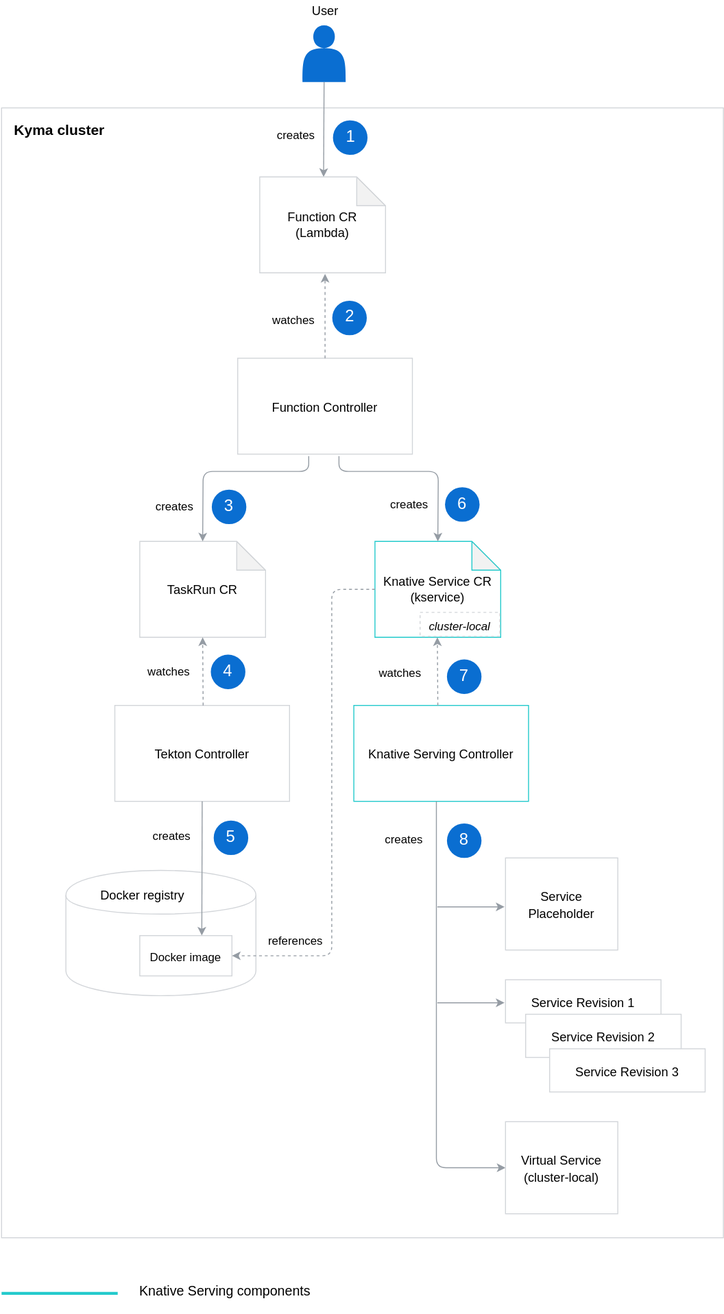
Earlier version of the draw.io export docs/serverless-v2/assets/serverless-v2-architecture.svg (kyma-project/kyma). Source tidied: cells renumbered, new cells last; positions are measured from the earlier drawing's top-left corner, leaving out a move shared by most shapes.
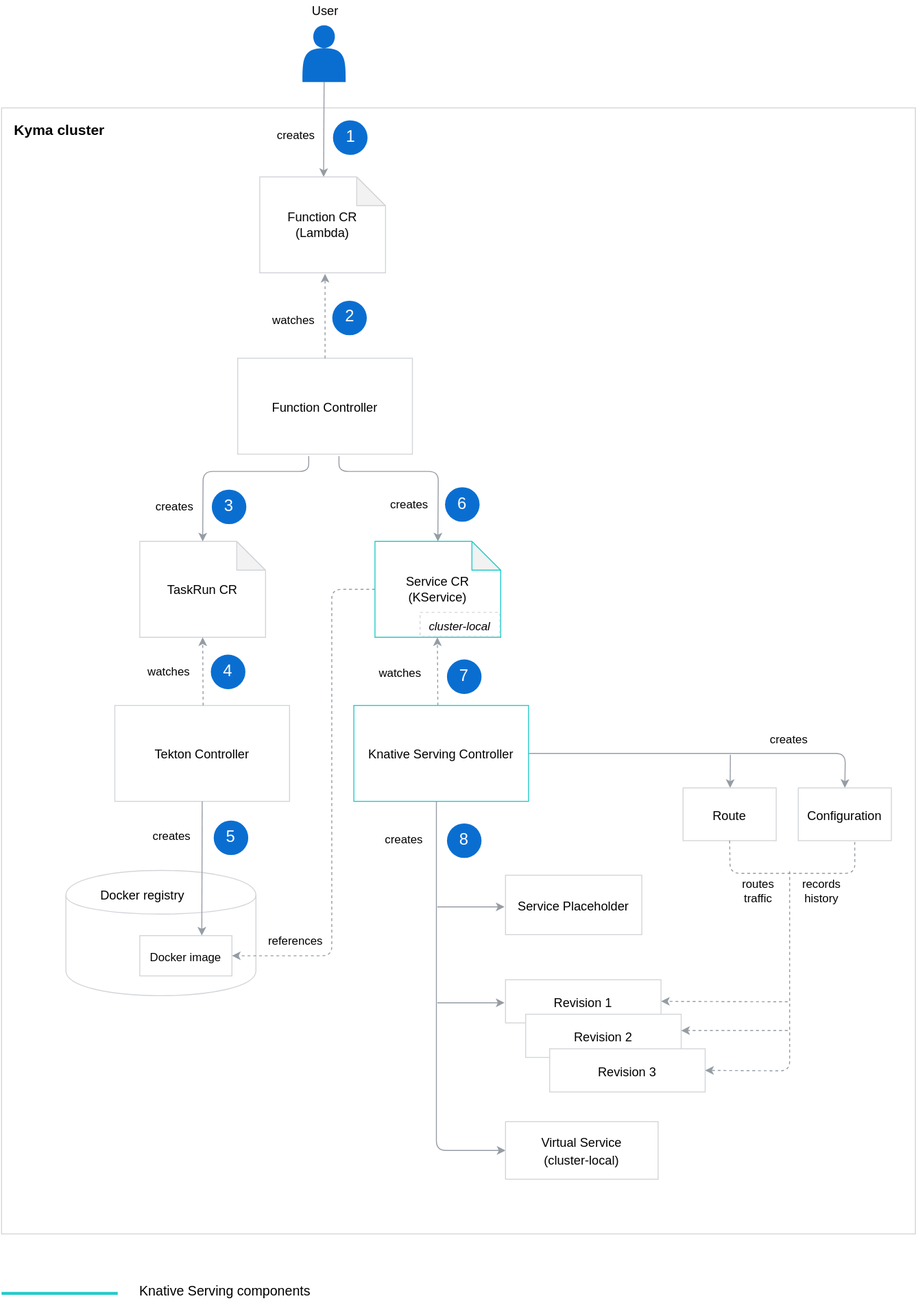
Later version of the same file.

Commit message:
Add changes in the architecture dagram

Change to the diagram source:
```diff
@@ -3,7 +3,7 @@
     <mxCell id="0" />
     <mxCell id="1" parent="0" />
     <mxCell id="2" value="&lt;font style=&quot;font-size: 13px&quot;&gt;&lt;br&gt;&lt;/font&gt;" style="rounded=0;whiteSpace=wrap;html=1;labelBackgroundColor=none;strokeColor=#D2D5D9;strokeWidth=1;fillColor=#FFFFFF;gradientColor=none;fontFamily=Helvetica;fontSize=15;fontColor=#000000;" parent="1" vertex="1">
-      <mxGeometry y="112" width="752" height="1178" as="geometry" />
+      <mxGeometry y="112" width="952" height="1174" as="geometry" />
     </mxCell>
     <mxCell id="3" value="&lt;font style=&quot;font-size: 15px&quot;&gt;&lt;b&gt;Kyma cluster&lt;/b&gt;&lt;/font&gt;" style="text;html=1;strokeColor=none;fillColor=none;align=center;verticalAlign=middle;whiteSpace=wrap;rounded=0;" parent="1" vertex="1">
       <mxGeometry x="9" y="119.5" width="103" height="30" as="geometry" />
@@ -39,7 +39,7 @@
     <mxCell id="12" value="&lt;font style=&quot;font-size: 13px&quot;&gt;TaskRun CR&lt;/font&gt;" style="shape=note;whiteSpace=wrap;html=1;backgroundOutline=1;darkOpacity=0.05;strokeColor=#D2D5D9;" parent="1" vertex="1">
       <mxGeometry x="144" y="564" width="131" height="100" as="geometry" />
     </mxCell>
-    <mxCell id="13" value="&lt;font style=&quot;font-size: 13px&quot;&gt;Knative Service CR&lt;br&gt;(kservice)&lt;/font&gt;" style="shape=note;whiteSpace=wrap;html=1;backgroundOutline=1;darkOpacity=0.05;strokeColor=#24CACC;" parent="1" vertex="1">
+    <mxCell id="13" value="&lt;font style=&quot;font-size: 13px&quot;&gt;Service CR&lt;br&gt;(KService)&lt;/font&gt;" style="shape=note;whiteSpace=wrap;html=1;backgroundOutline=1;darkOpacity=0.05;strokeColor=#24CACC;" parent="1" vertex="1">
       <mxGeometry x="389" y="564" width="131" height="100" as="geometry" />
     </mxCell>
     <mxCell id="14" style="endArrow=classic;html=1;strokeColor=#959CA4;strokeWidth=1;fontFamily=Helvetica;fontSize=15;fontColor=#000000;entryX=0.5;entryY=0;entryDx=0;entryDy=0;entryPerimeter=0;" parent="1" edge="1" target="12">
@@ -84,23 +84,23 @@
       <mxGeometry relative="1" as="geometry">
         <mxPoint x="453" y="835" as="sourcePoint" />
         <Array as="points">
-          <mxPoint x="453" y="1217" />
+          <mxPoint x="453" y="1199" />
         </Array>
       </mxGeometry>
     </mxCell>
     <mxCell id="24" value="&lt;font style=&quot;font-size: 13px&quot;&gt;Virtual Service&lt;br&gt;(cluster-local)&lt;br&gt;&lt;/font&gt;" style="rounded=0;whiteSpace=wrap;html=1;labelBackgroundColor=none;strokeColor=#D2D5D9;strokeWidth=1;fillColor=#FFFFFF;gradientColor=none;fontFamily=Helvetica;fontSize=15;fontColor=#000000;" parent="1" vertex="1">
-      <mxGeometry x="525" y="1169" width="117" height="96" as="geometry" />
+      <mxGeometry x="525" y="1169" width="159" height="60" as="geometry" />
     </mxCell>
     <mxCell id="25" value="&lt;font style=&quot;font-size: 13px&quot;&gt;Service Placeholder&lt;br&gt;&lt;/font&gt;" style="rounded=0;whiteSpace=wrap;html=1;labelBackgroundColor=none;strokeColor=#D2D5D9;strokeWidth=1;fillColor=#FFFFFF;gradientColor=none;fontFamily=Helvetica;fontSize=15;fontColor=#000000;" parent="1" vertex="1">
-      <mxGeometry x="525" y="894" width="117" height="96" as="geometry" />
+      <mxGeometry x="525" y="912" width="142" height="62" as="geometry" />
     </mxCell>
-    <mxCell id="26" value="&lt;font style=&quot;font-size: 13px&quot;&gt;Service Revision 1&lt;br&gt;&lt;/font&gt;" style="rounded=0;whiteSpace=wrap;html=1;labelBackgroundColor=none;strokeColor=#D2D5D9;strokeWidth=1;fillColor=#FFFFFF;gradientColor=none;fontFamily=Helvetica;fontSize=15;fontColor=#000000;" parent="1" vertex="1">
+    <mxCell id="26" value="&lt;font style=&quot;font-size: 13px&quot;&gt;Revision 1&lt;br&gt;&lt;/font&gt;" style="rounded=0;whiteSpace=wrap;html=1;labelBackgroundColor=none;strokeColor=#D2D5D9;strokeWidth=1;fillColor=#FFFFFF;gradientColor=none;fontFamily=Helvetica;fontSize=15;fontColor=#000000;" parent="1" vertex="1">
       <mxGeometry x="525" y="1021" width="162" height="45" as="geometry" />
     </mxCell>
-    <mxCell id="27" value="&lt;font style=&quot;font-size: 13px&quot;&gt;Service Revision 2&lt;br&gt;&lt;/font&gt;" style="rounded=0;whiteSpace=wrap;html=1;labelBackgroundColor=none;strokeColor=#D2D5D9;strokeWidth=1;fillColor=#FFFFFF;gradientColor=none;fontFamily=Helvetica;fontSize=15;fontColor=#000000;" parent="1" vertex="1">
+    <mxCell id="27" value="&lt;font style=&quot;font-size: 13px&quot;&gt;Revision 2&lt;br&gt;&lt;/font&gt;" style="rounded=0;whiteSpace=wrap;html=1;labelBackgroundColor=none;strokeColor=#D2D5D9;strokeWidth=1;fillColor=#FFFFFF;gradientColor=none;fontFamily=Helvetica;fontSize=15;fontColor=#000000;" parent="1" vertex="1">
       <mxGeometry x="546" y="1057" width="162" height="45" as="geometry" />
     </mxCell>
-    <mxCell id="28" value="&lt;font style=&quot;font-size: 13px&quot;&gt;Service Revision 3&lt;br&gt;&lt;/font&gt;" style="rounded=0;whiteSpace=wrap;html=1;labelBackgroundColor=none;strokeColor=#D2D5D9;strokeWidth=1;fillColor=#FFFFFF;gradientColor=none;fontFamily=Helvetica;fontSize=15;fontColor=#000000;" parent="1" vertex="1">
+    <mxCell id="28" value="&lt;font style=&quot;font-size: 13px&quot;&gt;Revision 3&lt;br&gt;&lt;/font&gt;" style="rounded=0;whiteSpace=wrap;html=1;labelBackgroundColor=none;strokeColor=#D2D5D9;strokeWidth=1;fillColor=#FFFFFF;gradientColor=none;fontFamily=Helvetica;fontSize=15;fontColor=#000000;" parent="1" vertex="1">
       <mxGeometry x="571" y="1093" width="162" height="45" as="geometry" />
     </mxCell>
     <mxCell id="29" style="endArrow=classic;html=1;strokeColor=#959CA4;strokeWidth=1;fontFamily=Helvetica;fontSize=15;fontColor=#000000;" parent="1" edge="1">
@@ -213,5 +213,60 @@
         </Array>
       </mxGeometry>
     </mxCell>
+    <mxCell id="59" value="&lt;font style=&quot;font-size: 13px&quot;&gt;Route&lt;br&gt;&lt;/font&gt;" style="rounded=0;whiteSpace=wrap;html=1;labelBackgroundColor=none;strokeColor=#D2D5D9;strokeWidth=1;fillColor=#FFFFFF;gradientColor=none;fontFamily=Helvetica;fontSize=15;fontColor=#000000;" parent="1" vertex="1">
+      <mxGeometry x="710" y="821" width="97" height="55" as="geometry" />
+    </mxCell>
+    <mxCell id="60" value="&lt;font style=&quot;font-size: 13px&quot;&gt;Configuration&lt;br&gt;&lt;/font&gt;" style="rounded=0;whiteSpace=wrap;html=1;labelBackgroundColor=none;strokeColor=#D2D5D9;strokeWidth=1;fillColor=#FFFFFF;gradientColor=none;fontFamily=Helvetica;fontSize=15;fontColor=#000000;" parent="1" vertex="1">
+      <mxGeometry x="830" y="821" width="97" height="55" as="geometry" />
+    </mxCell>
+    <mxCell id="61" style="endArrow=classic;html=1;strokeColor=#959CA4;strokeWidth=1;fontFamily=Helvetica;fontSize=15;fontColor=#000000;entryX=0.5;entryY=0;entryDx=0;entryDy=0;exitX=1;exitY=0.5;exitDx=0;exitDy=0;" parent="1" edge="1" source="19" target="60">
+      <mxGeometry relative="1" as="geometry">
+        <Array as="points">
+          <mxPoint x="879" y="785" />
+        </Array>
+      </mxGeometry>
+    </mxCell>
+    <mxCell id="62" style="endArrow=classic;html=1;strokeColor=#959CA4;strokeWidth=1;fontFamily=Helvetica;fontSize=15;fontColor=#000000;entryX=0.585;entryY=-0.028;entryDx=0;entryDy=0;entryPerimeter=0;" parent="1" edge="1">
+      <mxGeometry relative="1" as="geometry">
+        <mxPoint x="759.3" y="786.5" as="sourcePoint" />
+        <mxPoint x="759" y="821" as="targetPoint" />
+      </mxGeometry>
+    </mxCell>
+    <mxCell id="63" style="endArrow=classic;html=1;strokeColor=#959CA4;strokeWidth=1;fontFamily=Helvetica;fontSize=15;fontColor=#000000;entryX=1;entryY=0.5;entryDx=0;entryDy=0;dashed=1;" parent="1" edge="1" target="28">
+      <mxGeometry relative="1" as="geometry">
+        <mxPoint x="821" y="908" as="sourcePoint" />
+        <Array as="points">
+          <mxPoint x="821" y="1116" />
+        </Array>
+      </mxGeometry>
+    </mxCell>
+    <mxCell id="64" style="endArrow=classic;html=1;strokeColor=#959CA4;strokeWidth=1;fontFamily=Helvetica;fontSize=15;fontColor=#000000;entryX=1;entryY=0.5;entryDx=0;entryDy=0;dashed=1;" parent="1" edge="1" target="26">
+      <mxGeometry relative="1" as="geometry">
+        <mxPoint x="819" y="1044" as="sourcePoint" />
+      </mxGeometry>
+    </mxCell>
+    <mxCell id="65" style="endArrow=classic;html=1;strokeColor=#959CA4;strokeWidth=1;fontFamily=Helvetica;fontSize=15;fontColor=#000000;dashed=1;" parent="1" edge="1">
+      <mxGeometry relative="1" as="geometry">
+        <mxPoint x="819" y="1074" as="sourcePoint" />
+        <mxPoint x="708" y="1074" as="targetPoint" />
+      </mxGeometry>
+    </mxCell>
+    <mxCell id="66" style="endArrow=none;dashed=1;html=1;strokeColor=#959CA4;exitX=0.5;exitY=1;exitDx=0;exitDy=0;entryX=0.606;entryY=0.996;entryDx=0;entryDy=0;entryPerimeter=0;" parent="1" edge="1" source="59" target="60">
+      <mxGeometry relative="1" as="geometry">
+        <Array as="points">
+          <mxPoint x="759" y="910" />
+          <mxPoint x="889" y="910" />
+        </Array>
+      </mxGeometry>
+    </mxCell>
+    <mxCell id="67" value="routes traffic" style="text;html=1;strokeColor=none;fillColor=none;align=center;verticalAlign=middle;whiteSpace=wrap;rounded=0;" parent="1" vertex="1">
+      <mxGeometry x="761" y="915" width="55" height="28" as="geometry" />
+    </mxCell>
+    <mxCell id="68" value="records history" style="text;html=1;strokeColor=none;fillColor=none;align=center;verticalAlign=middle;whiteSpace=wrap;rounded=0;" parent="1" vertex="1">
+      <mxGeometry x="827" y="915" width="55" height="28" as="geometry" />
+    </mxCell>
+    <mxCell id="69" value="creates" style="text;html=1;strokeColor=none;fillColor=none;align=center;verticalAlign=middle;whiteSpace=wrap;rounded=0;" parent="1" vertex="1">
+      <mxGeometry x="793" y="757" width="55" height="28" as="geometry" />
+    </mxCell>
   </root>
 </mxGraphModel>
```
